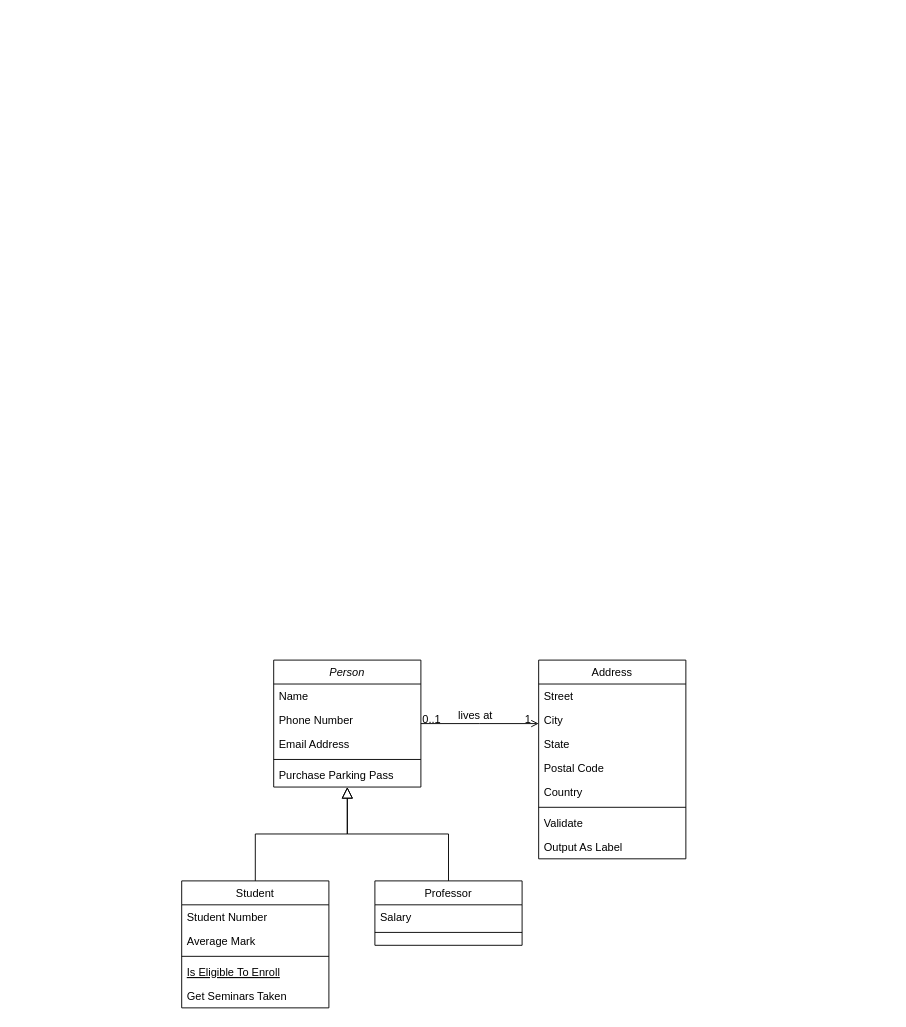
Above: UML.drawio in Q4tym/Projekt-PSiO (draw.io), before the change. Source tidied: cells renumbered, new cells numbered last; positions are measured from the earlier drawing's top-left corner, leaving out a move shared by most shapes. Both pictures are drawn from the tidied source at 92%, with x=0, y=0 at pixel (181, 660).
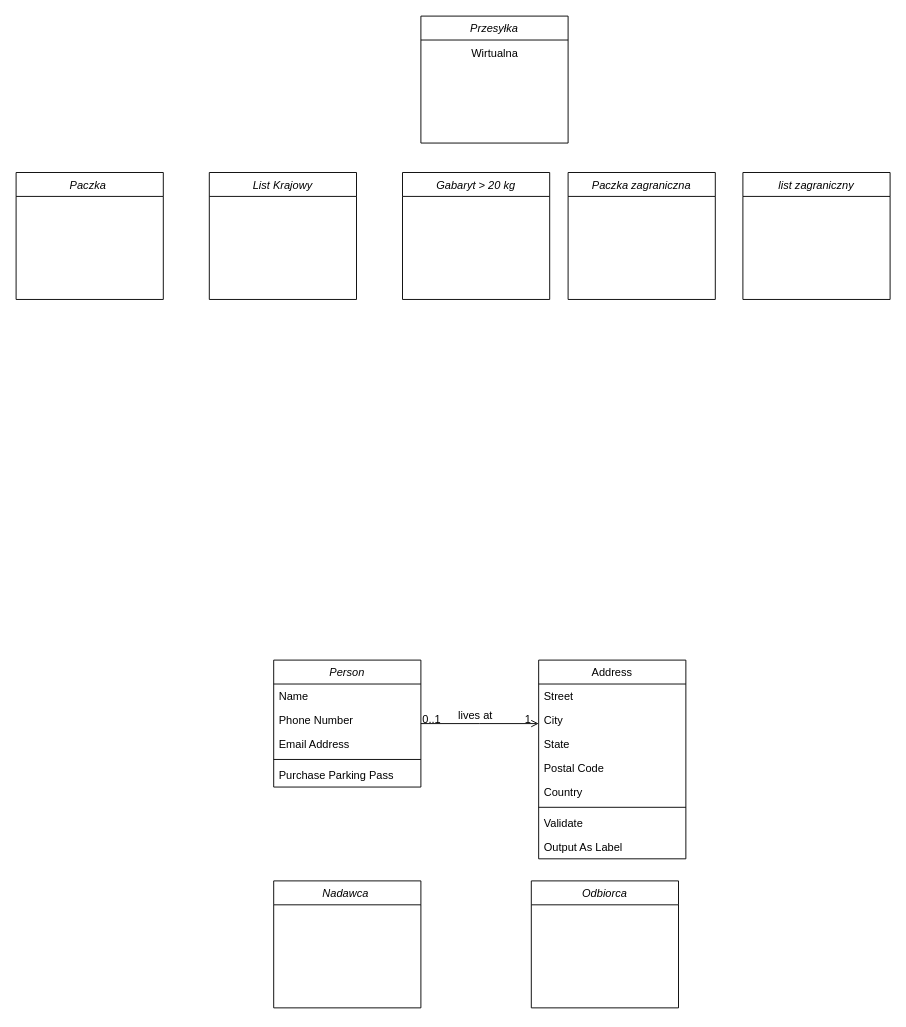
Above is the later version.

The change refers to these unchanged cells:
```xml
<mxCell id="2" value="Person" style="swimlane;fontStyle=2;align=center;verticalAlign=top;horizontal=1;startSize=26;rounded=0;shadow=0;strokeWidth=1;" parent="1" vertex="1">
  <mxGeometry x="100" width="160" height="138" as="geometry" />
</mxCell>
<mxCell id="19" value="Address" style="swimlane;fontStyle=0;align=center;verticalAlign=top;horizontal=1;startSize=26;rounded=0;shadow=0;strokeWidth=1;" parent="1" vertex="1">
  <mxGeometry x="388" width="160" height="216" as="geometry" />
</mxCell>
```

What changed in the source:
```diff
@@
-    <mxCell id="8" value="Student" style="swimlane;fontStyle=0;align=center;verticalAlign=top;horizontal=1;startSize=26;rounded=0;shadow=0;strokeWidth=1;" parent="1" vertex="1">
-      <mxGeometry y="240" width="160" height="138" as="geometry" />
-    </mxCell>
-    <mxCell id="9" value="Student Number" style="text;align=left;verticalAlign=top;spacingLeft=4;spacingRight=4;overflow=hidden;" parent="8" vertex="1">
-      <mxGeometry y="26" width="160" height="26" as="geometry" />
-    </mxCell>
-    <mxCell id="10" value="Average Mark" style="text;align=left;verticalAlign=top;spacingLeft=4;spacingRight=4;overflow=hidden;rounded=0;shadow=0;html=0;" parent="8" vertex="1">
-      <mxGeometry y="52" width="160" height="26" as="geometry" />
-    </mxCell>
-    <mxCell id="11" style="line;html=1;strokeWidth=1;align=left;verticalAlign=middle;spacingTop=-1;spacingLeft=3;spacingRight=3;labelPosition=right;" parent="8" vertex="1">
-      <mxGeometry y="78" width="160" height="8" as="geometry" />
-    </mxCell>
-    <mxCell id="12" value="Is Eligible To Enroll" style="text;align=left;verticalAlign=top;spacingLeft=4;spacingRight=4;overflow=hidden;fontStyle=4;" parent="8" vertex="1">
-      <mxGeometry y="86" width="160" height="26" as="geometry" />
-    </mxCell>
-    <mxCell id="13" value="Get Seminars Taken" style="text;align=left;verticalAlign=top;spacingLeft=4;spacingRight=4;overflow=hidden;" parent="8" vertex="1">
-      <mxGeometry y="112" width="160" height="26" as="geometry" />
-    </mxCell>
-    <mxCell id="14" style="endArrow=block;endSize=10;endFill=0;shadow=0;strokeWidth=1;rounded=0;curved=0;edgeStyle=elbowEdgeStyle;elbow=vertical;" parent="1" edge="1" source="8" target="2">
-      <mxGeometry relative="1" as="geometry" />
-    </mxCell>
-    <mxCell id="15" value="Professor" style="swimlane;fontStyle=0;align=center;verticalAlign=top;horizontal=1;startSize=26;rounded=0;shadow=0;strokeWidth=1;" parent="1" vertex="1">
-      <mxGeometry x="210" y="240" width="160" height="70" as="geometry" />
-    </mxCell>
-    <mxCell id="16" value="Salary" style="text;align=left;verticalAlign=top;spacingLeft=4;spacingRight=4;overflow=hidden;" parent="15" vertex="1">
-      <mxGeometry y="26" width="160" height="26" as="geometry" />
-    </mxCell>
-    <mxCell id="17" style="line;html=1;strokeWidth=1;align=left;verticalAlign=middle;spacingTop=-1;spacingLeft=3;spacingRight=3;labelPosition=right;" parent="15" vertex="1">
-      <mxGeometry y="52" width="160" height="8" as="geometry" />
-    </mxCell>
-    <mxCell id="18" style="endArrow=block;endSize=10;endFill=0;shadow=0;strokeWidth=1;rounded=0;curved=0;edgeStyle=elbowEdgeStyle;elbow=vertical;" parent="1" edge="1" source="15" target="2">
-      <mxGeometry relative="1" as="geometry" />
-    </mxCell>
@@
     <mxCell id="27" value="Output As Label" style="text;align=left;verticalAlign=top;spacingLeft=4;spacingRight=4;overflow=hidden;" parent="19" vertex="1">
-      <mxGeometry y="190" width="160" height="26" as="geometry" />
+      <mxGeometry y="190" width="160" height="20" as="geometry" />
     </mxCell>
@@
+    <mxCell id="32" value="Przesyłka" style="swimlane;fontStyle=2;align=center;verticalAlign=top;horizontal=1;startSize=26;rounded=0;shadow=0;strokeWidth=1;" parent="1" vertex="1">
+      <mxGeometry x="260" y="-700" width="160" height="138" as="geometry" />
+    </mxCell>
+    <mxCell id="33" value="Wirtualna" style="text;html=1;align=center;verticalAlign=middle;strokeColor=none;fillColor=none;" parent="32" vertex="1">
+      <mxGeometry y="26" width="160" height="30" as="geometry" />
+    </mxCell>
+    <mxCell id="34" value="Paczka " style="swimlane;fontStyle=2;align=center;verticalAlign=top;horizontal=1;startSize=26;rounded=0;shadow=0;strokeWidth=1;" parent="1" vertex="1">
+      <mxGeometry x="-180" y="-530" width="160" height="138" as="geometry" />
+    </mxCell>
+    <mxCell id="35" value="List Krajowy" style="swimlane;fontStyle=2;align=center;verticalAlign=top;horizontal=1;startSize=26;rounded=0;shadow=0;strokeWidth=1;" parent="1" vertex="1">
+      <mxGeometry x="30" y="-530" width="160" height="138" as="geometry" />
+    </mxCell>
+    <mxCell id="36" value="Gabaryt &gt; 20 kg" style="swimlane;fontStyle=2;align=center;verticalAlign=top;horizontal=1;startSize=26;rounded=0;shadow=0;strokeWidth=1;" parent="1" vertex="1">
+      <mxGeometry x="240" y="-530" width="160" height="138" as="geometry" />
+    </mxCell>
+    <mxCell id="37" value="Paczka zagraniczna" style="swimlane;fontStyle=2;align=center;verticalAlign=top;horizontal=1;startSize=26;rounded=0;shadow=0;strokeWidth=1;" parent="1" vertex="1">
+      <mxGeometry x="420" y="-530" width="160" height="138" as="geometry" />
+    </mxCell>
+    <mxCell id="38" value="list zagraniczny" style="swimlane;fontStyle=2;align=center;verticalAlign=top;horizontal=1;startSize=26;rounded=0;shadow=0;strokeWidth=1;" parent="1" vertex="1">
+      <mxGeometry x="610" y="-530" width="160" height="138" as="geometry" />
+    </mxCell>
+    <mxCell id="39" value="Nadawca " style="swimlane;fontStyle=2;align=center;verticalAlign=top;horizontal=1;startSize=26;rounded=0;shadow=0;strokeWidth=1;" parent="1" vertex="1">
+      <mxGeometry x="100" y="240" width="160" height="138" as="geometry" />
+    </mxCell>
+    <mxCell id="40" value="Odbiorca" style="swimlane;fontStyle=2;align=center;verticalAlign=top;horizontal=1;startSize=26;rounded=0;shadow=0;strokeWidth=1;" parent="1" vertex="1">
+      <mxGeometry x="380" y="240" width="160" height="138" as="geometry" />
+    </mxCell>
```
